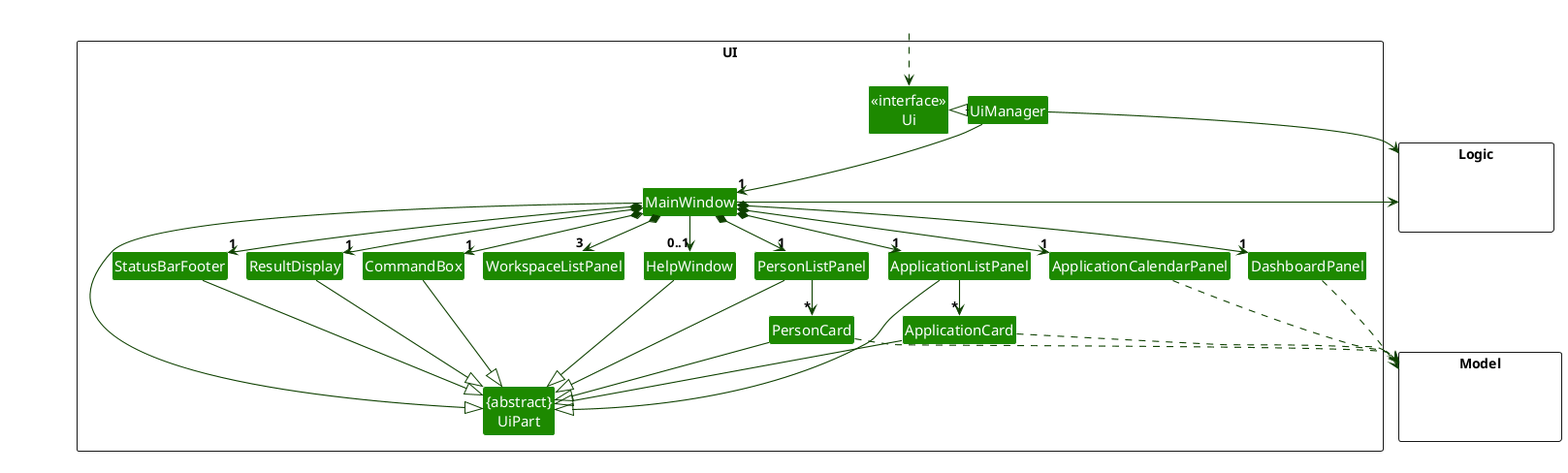
This is docs/images/UiClassDiagram.png from AY2627S1-CS2103T-T12-3/tp, a PlantUML export, as it was before one commit.
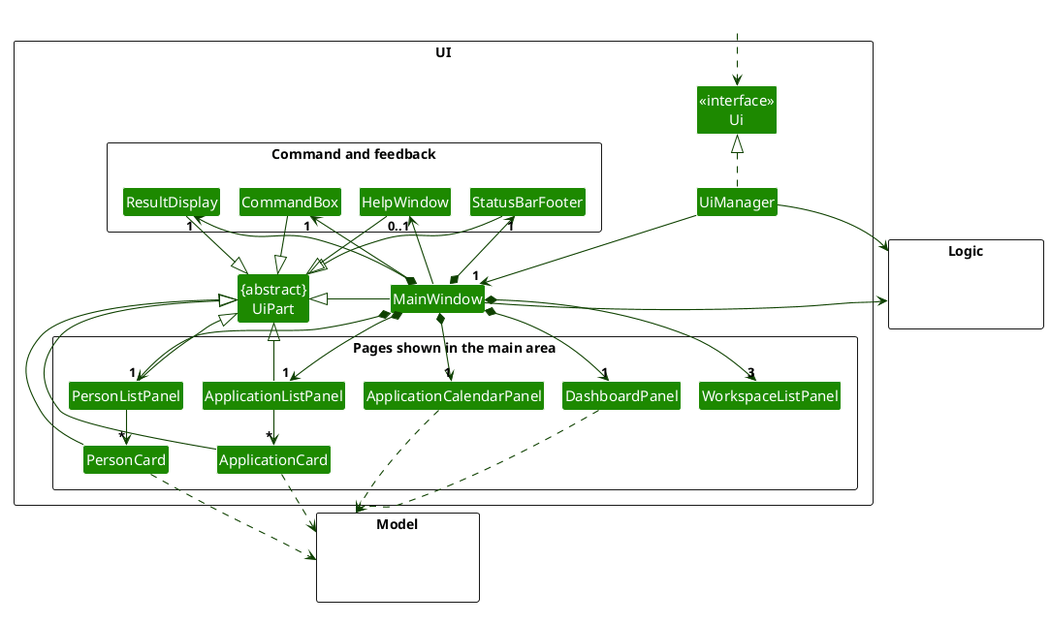
The same diagram one commit later.

Commit message:
docs: group UI class diagram parts into command and page packages

The edit, as a diff of the source:
```diff
@@ -3,23 +3,30 @@
 skinparam arrowThickness 1.1
 skinparam arrowColor UI_COLOR_T4
 skinparam classBackgroundColor UI_COLOR
+skinparam packageStyle rectangle
 
 package UI <<Rectangle>>{
 Class "<<interface>>\nUi" as Ui
 Class "{abstract}\nUiPart" as UiPart
 Class UiManager
 Class MainWindow
+
+package "Command and feedback" <<Rectangle>> {
+Class CommandBox
+Class ResultDisplay
+Class StatusBarFooter
 Class HelpWindow
-Class ResultDisplay
+}
+
+package "Pages shown in the main area" <<Rectangle>> {
+Class DashboardPanel
+Class WorkspaceListPanel
 Class PersonListPanel
 Class PersonCard
 Class ApplicationListPanel
 Class ApplicationCard
 Class ApplicationCalendarPanel
-Class DashboardPanel
-Class WorkspaceListPanel
-Class StatusBarFooter
-Class CommandBox
+}
 }
 
 package Model <<Rectangle>> {
@@ -33,43 +40,37 @@
 Class HiddenOutside #FFFFFF
 HiddenOutside ..> Ui
 
-UiManager .left.|> Ui
+UiManager .up.|> Ui
 UiManager -down-> "1" MainWindow
-MainWindow *-down->  "1" CommandBox
+UiManager -right-> Logic
+MainWindow -right-> Logic
+
+MainWindow *-down-> "1" CommandBox
 MainWindow *-down-> "1" ResultDisplay
+MainWindow *-down-> "1" StatusBarFooter
+MainWindow --> "0..1" HelpWindow
+
+MainWindow *-down-> "1" DashboardPanel
+MainWindow *-down-> "3" WorkspaceListPanel
 MainWindow *-down-> "1" PersonListPanel
 MainWindow *-down-> "1" ApplicationListPanel
 MainWindow *-down-> "1" ApplicationCalendarPanel
-MainWindow *-down-> "1" DashboardPanel
-MainWindow *-down-> "3" WorkspaceListPanel
-MainWindow *-down-> "1" StatusBarFooter
-MainWindow --> "0..1" HelpWindow
 
 PersonListPanel -down-> "*" PersonCard
 ApplicationListPanel -down-> "*" ApplicationCard
 
 MainWindow -left-|> UiPart
-
+CommandBox --|> UiPart
 ResultDisplay --|> UiPart
-CommandBox --|> UiPart
+StatusBarFooter --|> UiPart
+HelpWindow --|> UiPart
 PersonListPanel --|> UiPart
 PersonCard --|> UiPart
 ApplicationListPanel --|> UiPart
 ApplicationCard --|> UiPart
-StatusBarFooter --|> UiPart
-HelpWindow --|> UiPart
 
+DashboardPanel ..> Model
+ApplicationCalendarPanel ..> Model
 PersonCard ..> Model
 ApplicationCard ..> Model
-ApplicationCalendarPanel ..> Model
-DashboardPanel ..> Model
-UiManager -right-> Logic
-MainWindow -left-> Logic
-
-PersonListPanel -[hidden]left- HelpWindow
-HelpWindow -[hidden]left- CommandBox
-CommandBox -[hidden]left- ResultDisplay
-ResultDisplay -[hidden]left- StatusBarFooter
-
-MainWindow -[hidden]-|> UiPart
 @enduml
```
